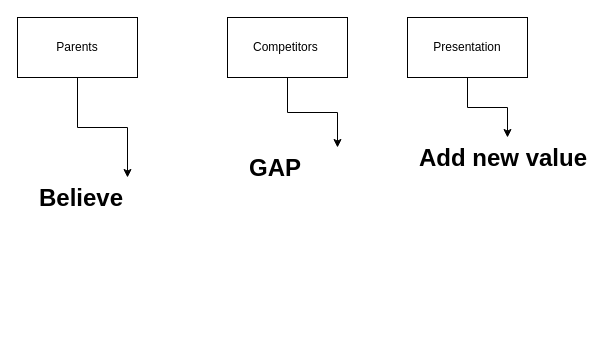
Before: Untitled Diagram.drawio in AhmedKosit/Performance, a draw.io diagram. Source tidied: cells renumbered, new cells numbered last; positions are measured from the earlier drawing's top-left corner, leaving out a move shared by most shapes. Both pictures are drawn from the tidied source at 100%, with x=0, y=0 at pixel (17, 17).
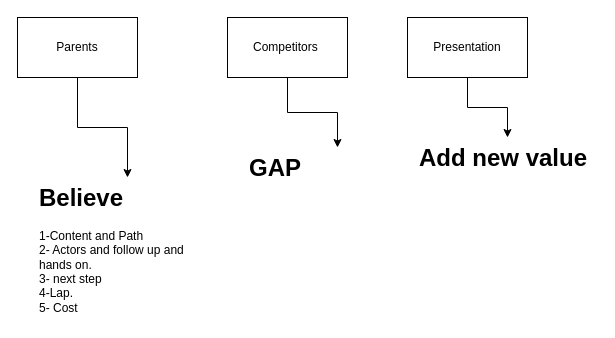
The same page after the edit.

Diff of the diagram source:
```diff
@@
 <mxGraphModel>
   <root>
     <mxCell id="0" />
     <mxCell id="1" parent="0" />
     <mxCell id="2" style="edgeStyle=orthogonalEdgeStyle;rounded=0;jettySize=auto;html=1;" parent="1" edge="1" source="3" target="8">
       <mxGeometry relative="1" as="geometry" />
     </mxCell>
     <mxCell id="3" value="Parents" style="rounded=0;whiteSpace=wrap;html=1;" parent="1" vertex="1">
       <mxGeometry width="120" height="60" as="geometry" />
     </mxCell>
     <mxCell id="4" style="edgeStyle=orthogonalEdgeStyle;rounded=0;jettySize=auto;html=1;" parent="1" edge="1" source="5" target="9">
       <mxGeometry relative="1" as="geometry" />
     </mxCell>
     <mxCell id="5" value="Competitors&amp;nbsp;" style="rounded=0;whiteSpace=wrap;html=1;" parent="1" vertex="1">
       <mxGeometry x="210" width="120" height="60" as="geometry" />
     </mxCell>
     <mxCell id="6" style="edgeStyle=orthogonalEdgeStyle;rounded=0;jettySize=auto;html=1;entryX=0.5;entryY=0;entryDx=0;entryDy=0;" parent="1" edge="1" source="7" target="10">
       <mxGeometry relative="1" as="geometry" />
     </mxCell>
     <mxCell id="7" value="Presentation" style="rounded=0;whiteSpace=wrap;html=1;" parent="1" vertex="1">
       <mxGeometry x="390" width="120" height="60" as="geometry" />
     </mxCell>
-    <mxCell id="8" value="&lt;h1 style=&quot;margin-top: 0px;&quot;&gt;Believe&lt;/h1&gt;" style="text;html=1;whiteSpace=wrap;overflow=hidden;rounded=0;" parent="1" vertex="1">
-      <mxGeometry x="20" y="160" width="180" height="120" as="geometry" />
+    <mxCell id="8" value="&lt;h1 style=&quot;margin-top: 0px;&quot;&gt;Believe&lt;/h1&gt;&lt;div&gt;1-Content and Path&lt;/div&gt;&lt;div&gt;2- Actors and follow up and hands on.&lt;/div&gt;&lt;div&gt;3- next step&lt;/div&gt;&lt;div&gt;4-Lap.&lt;/div&gt;&lt;div&gt;5- Cost&lt;/div&gt;&lt;div&gt;&lt;br&gt;&lt;/div&gt;" style="text;html=1;whiteSpace=wrap;overflow=hidden;rounded=0;" parent="1" vertex="1">
+      <mxGeometry x="20" y="160" width="180" height="140" as="geometry" />
     </mxCell>
     <mxCell id="9" value="&lt;h1 style=&quot;margin-top: 0px;&quot;&gt;GAP&lt;/h1&gt;" style="text;html=1;whiteSpace=wrap;overflow=hidden;rounded=0;" parent="1" vertex="1">
       <mxGeometry x="230" y="130" width="180" height="120" as="geometry" />
     </mxCell>
     <mxCell id="10" value="&lt;h1 style=&quot;margin-top: 0px;&quot;&gt;Add new value&lt;/h1&gt;" style="text;html=1;whiteSpace=wrap;overflow=hidden;rounded=0;" parent="1" vertex="1">
       <mxGeometry x="400" y="120" width="180" height="120" as="geometry" />
     </mxCell>
   </root>
 </mxGraphModel>
```
